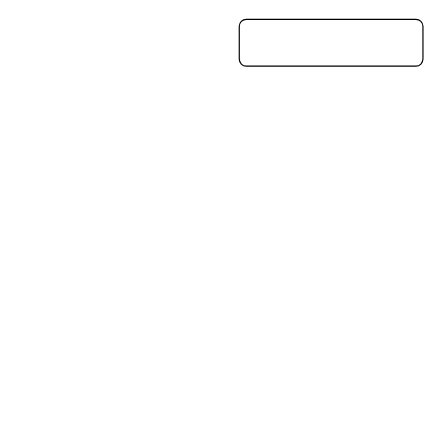
xyfll7/draw.io keeps this draw.io diagram as ATS.drawio. Above is the earlier version. Source tidied: cells renumbered, new cells numbered last; positions are measured from the earlier drawing's top-left corner, leaving out a move shared by most shapes. Both pictures are drawn from the tidied source at 117%, with x=0, y=0 at pixel (239, 19).
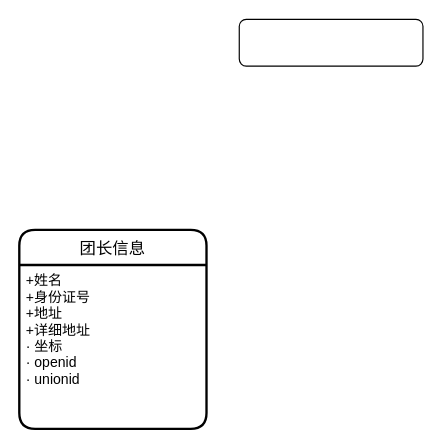
The same diagram, later.

What changed in the source:
```diff
@@
 <mxGraphModel>
   <root>
     <mxCell id="0" />
     <mxCell id="1" parent="0" />
     <mxCell id="2" style="rounded=1;whiteSpace=wrap;html=1;arcSize=15;" parent="1" vertex="1">
       <mxGeometry width="157" height="40" as="geometry" />
     </mxCell>
     <mxCell id="3" style="edgeStyle=orthogonalEdgeStyle;rounded=0;orthogonalLoop=1;jettySize=auto;html=1;exitX=0.5;exitY=1;exitDx=0;exitDy=0;" parent="1" edge="1" source="2" target="2">
       <mxGeometry relative="1" as="geometry" />
     </mxCell>
+    <mxCell id="4" value="团长信息" style="swimlane;horizontal=1;startSize=30;rounded=1;fontSize=14;fontStyle=0;strokeWidth=2;shadow=0;dashed=0;align=center;" parent="1" vertex="1">
+      <mxGeometry x="-188" y="180" width="160" height="170" as="geometry" />
+    </mxCell>
+    <mxCell id="5" value="+姓名&#10;+身份证号&#10;+地址&#10;+详细地址&#10;· 坐标&#10;· openid&#10;· unionid" style="align=left;strokeColor=none;fillColor=none;spacingLeft=4;fontSize=12;verticalAlign=top;" parent="4" vertex="1">
+      <mxGeometry y="30" width="160" height="140" as="geometry" />
+    </mxCell>
   </root>
 </mxGraphModel>
```
